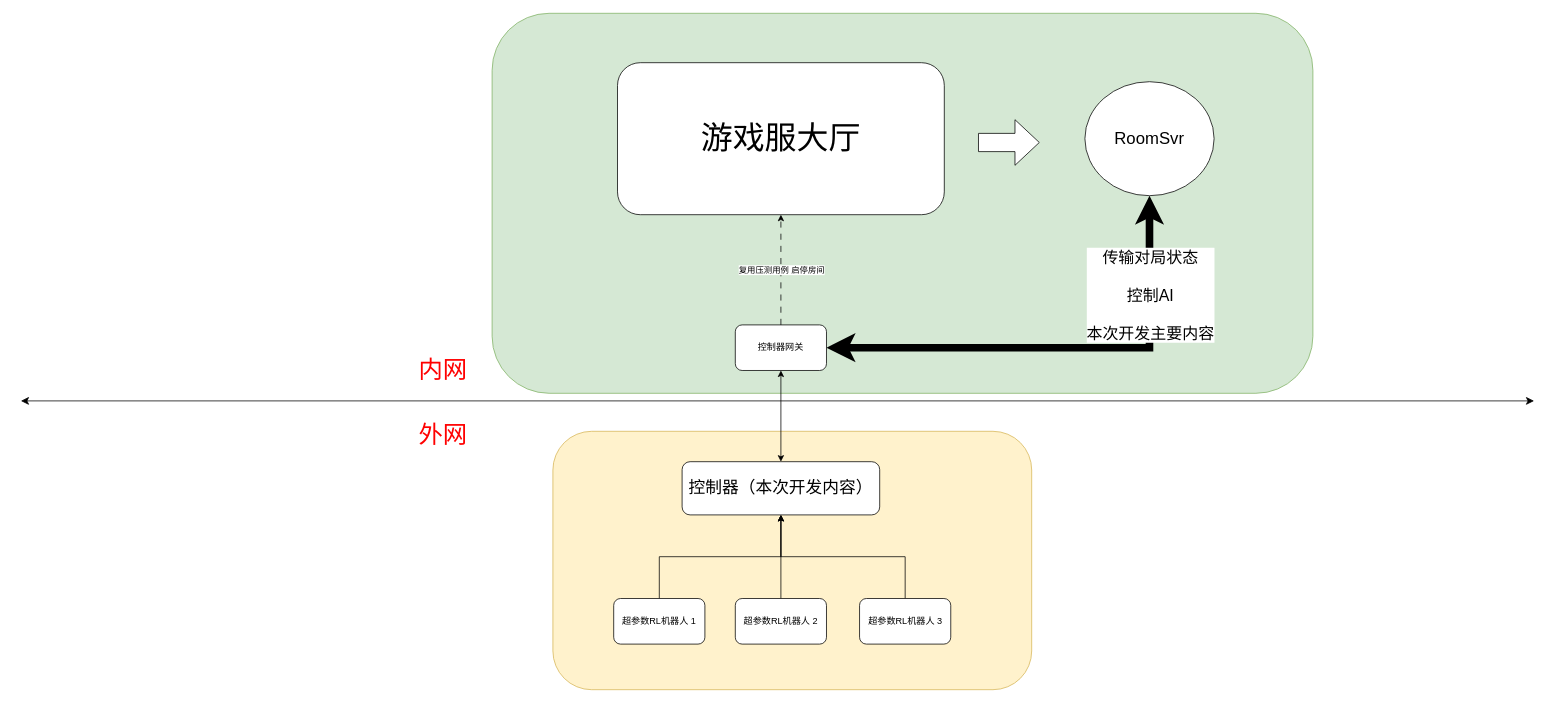
a654889339/Base keeps this draw.io diagram as page "RL Controller" (19 of 20) of FSM ds.drawio. Above is the earlier version. Source tidied: cells renumbered, new cells numbered last; positions are measured from the earlier drawing's top-left corner, leaving out a move shared by most shapes. Both pictures are drawn from the tidied source at 76%, with x=0, y=0 at pixel (21, 13).
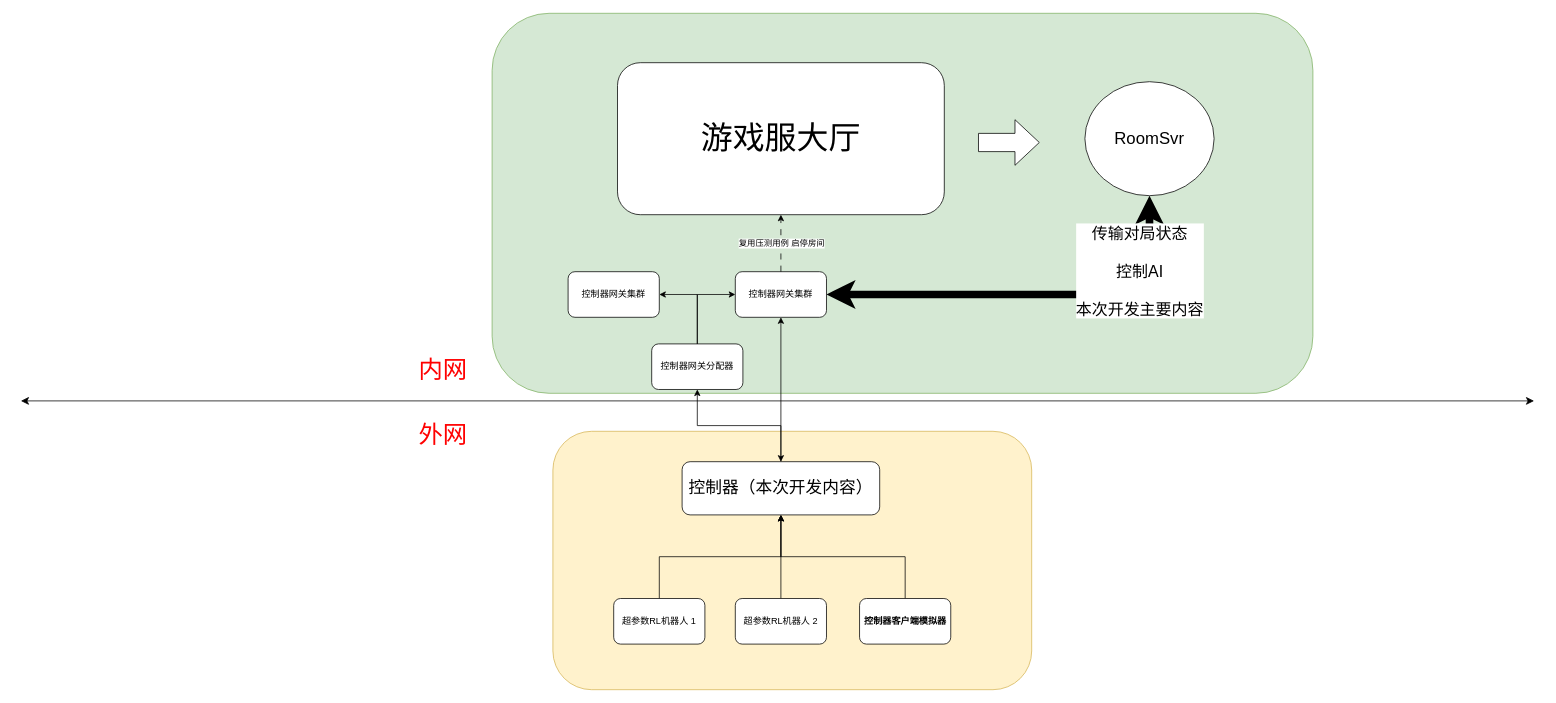
After the change.

Unchanged cells that the change refers to:
```xml
<mxCell id="8" value="控制器（本次开发内容）" style="rounded=1;whiteSpace=wrap;html=1;fontSize=22;" parent="1" vertex="1">
  <mxGeometry x="870" y="590" width="260" height="70" as="geometry" />
</mxCell>
```

The edit, as a diff of the source:
```diff
@@
+    <mxCell id="23" style="edgeStyle=orthogonalEdgeStyle;rounded=0;jettySize=auto;html=1;entryX=0.5;entryY=1;entryDx=0;entryDy=0;" parent="1" edge="1" source="8" target="27">
+      <mxGeometry relative="1" as="geometry" />
+    </mxCell>
@@
-    <mxCell id="12" value="超参数RL机器人 3" style="rounded=1;whiteSpace=wrap;html=1;" parent="1" vertex="1">
+    <mxCell id="12" value="&lt;b&gt;控制器客户端模拟器&lt;/b&gt;" style="rounded=1;whiteSpace=wrap;html=1;" parent="1" vertex="1">
       <mxGeometry x="1103.5" y="770" width="120" height="60" as="geometry" />
     </mxCell>
@@
-    <mxCell id="20" value="控制器网关" style="rounded=1;whiteSpace=wrap;html=1;" parent="1" vertex="1">
-      <mxGeometry x="940" y="410" width="120" height="60" as="geometry" />
+    <mxCell id="20" value="控制器网关集群" style="rounded=1;whiteSpace=wrap;html=1;" parent="1" vertex="1">
+      <mxGeometry x="940" y="340" width="120" height="60" as="geometry" />
     </mxCell>
@@
+    <mxCell id="24" value="控制器网关集群" style="rounded=1;whiteSpace=wrap;html=1;" parent="1" vertex="1">
+      <mxGeometry x="720" y="340" width="120" height="60" as="geometry" />
+    </mxCell>
+    <mxCell id="25" style="edgeStyle=orthogonalEdgeStyle;rounded=0;jettySize=auto;html=1;entryX=1;entryY=0.5;entryDx=0;entryDy=0;" parent="1" edge="1" source="27" target="24">
+      <mxGeometry relative="1" as="geometry" />
+    </mxCell>
+    <mxCell id="26" style="edgeStyle=orthogonalEdgeStyle;rounded=0;jettySize=auto;html=1;entryX=0;entryY=0.5;entryDx=0;entryDy=0;" parent="1" edge="1" source="27" target="20">
+      <mxGeometry relative="1" as="geometry" />
+    </mxCell>
+    <mxCell id="27" value="控制器网关分配器" style="rounded=1;whiteSpace=wrap;html=1;" parent="1" vertex="1">
+      <mxGeometry x="830" y="435" width="120" height="60" as="geometry" />
+    </mxCell>
```
